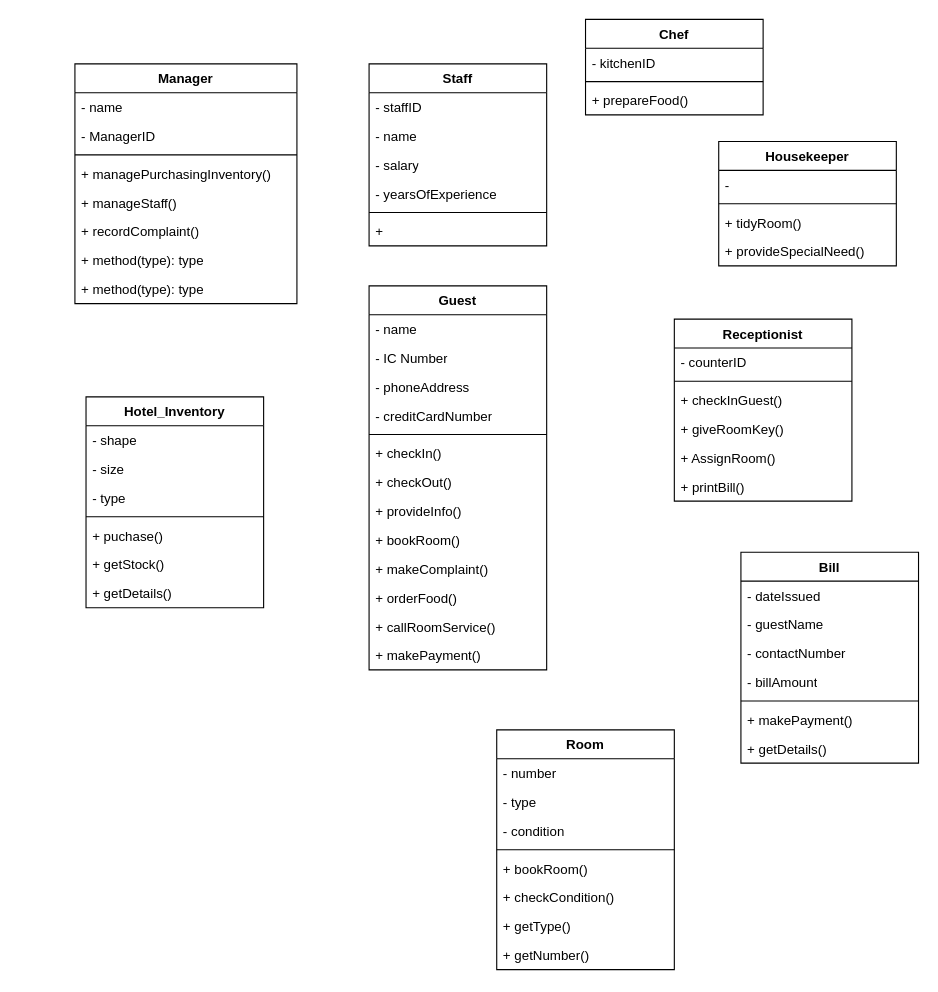
Before: tuto4q5wia2002.drawio in justn0thinghere/drawio, a draw.io diagram. Source tidied: cells renumbered, new cells numbered last; positions are measured from the earlier drawing's top-left corner, leaving out a move shared by most shapes. Both pictures are drawn from the tidied source at 111%, with x=0, y=0 at pixel (74, 19).
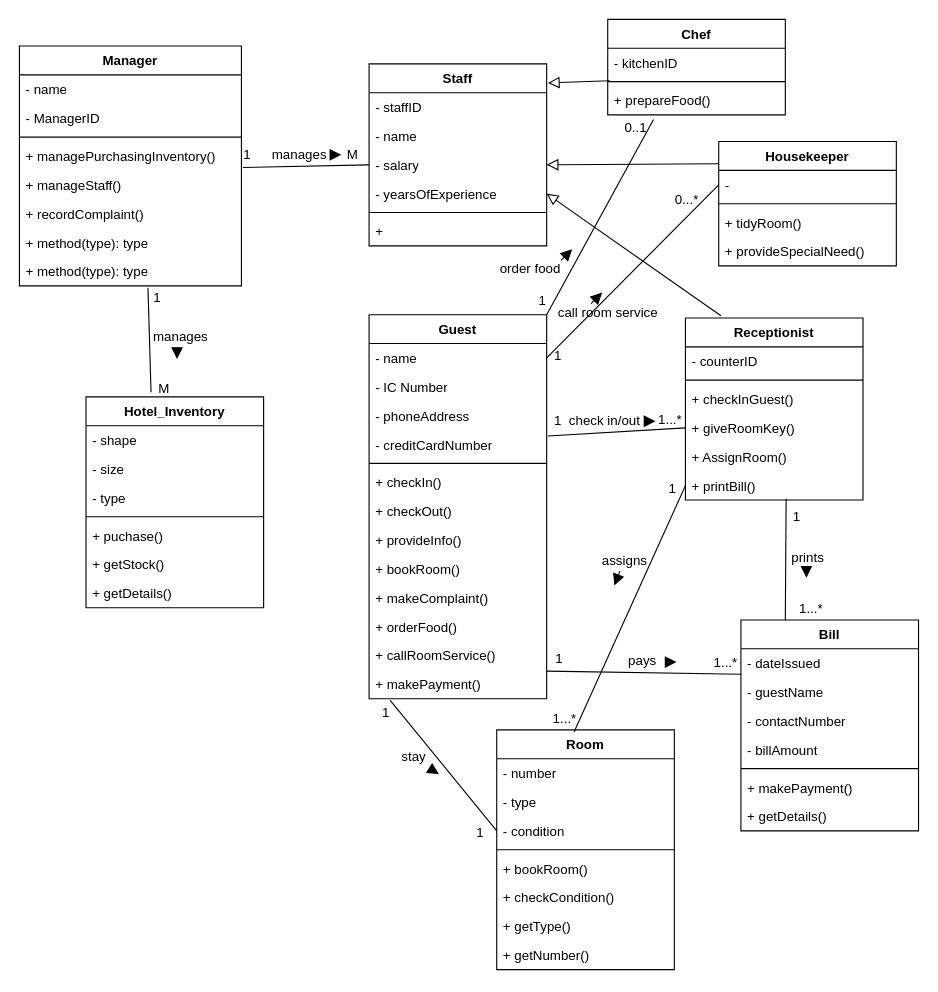
Above is the later version.

Unchanged cells that the change refers to:
```xml
<mxCell id="7" value="+ manageStaff()" style="text;strokeColor=none;fillColor=none;align=left;verticalAlign=top;spacingLeft=4;spacingRight=4;overflow=hidden;points=[[0,0.5],[1,0.5]];portConstraint=eastwest;whiteSpace=wrap;html=1;" parent="2" vertex="1">
  <mxGeometry y="112" width="200" height="26" as="geometry" />
</mxCell>
<mxCell id="10" value="+ method(type): type" style="text;strokeColor=none;fillColor=none;align=left;verticalAlign=top;spacingLeft=4;spacingRight=4;overflow=hidden;points=[[0,0.5],[1,0.5]];portConstraint=eastwest;whiteSpace=wrap;html=1;" parent="2" vertex="1">
  <mxGeometry y="190" width="200" height="26" as="geometry" />
</mxCell>
<mxCell id="11" value="Hotel_Inventory" style="swimlane;fontStyle=1;align=center;verticalAlign=top;horizontal=1;startSize=26;whiteSpace=wrap;html=1;" parent="1" vertex="1">
  <mxGeometry x="10" y="340" width="160" height="190" as="geometry" />
</mxCell>
<mxCell id="19" value="Staff" style="swimlane;fontStyle=1;align=center;verticalAlign=top;horizontal=1;startSize=26;whiteSpace=wrap;html=1;" parent="1" vertex="1">
  <mxGeometry x="265" y="40" width="160" height="164" as="geometry" />
</mxCell>
<mxCell id="22" value="- salary" style="text;strokeColor=none;fillColor=none;align=left;verticalAlign=top;spacingLeft=4;spacingRight=4;overflow=hidden;points=[[0,0.5],[1,0.5]];portConstraint=eastwest;whiteSpace=wrap;html=1;" parent="19" vertex="1">
  <mxGeometry y="78" width="160" height="26" as="geometry" />
</mxCell>
<mxCell id="23" value="- yearsOfExperience" style="text;strokeColor=none;fillColor=none;align=left;verticalAlign=top;spacingLeft=4;spacingRight=4;overflow=hidden;points=[[0,0.5],[1,0.5]];portConstraint=eastwest;whiteSpace=wrap;html=1;" parent="19" vertex="1">
  <mxGeometry y="104" width="160" height="26" as="geometry" />
</mxCell>
<mxCell id="30" value="+ giveRoomKey()" style="text;strokeColor=none;fillColor=none;align=left;verticalAlign=top;spacingLeft=4;spacingRight=4;overflow=hidden;points=[[0,0.5],[1,0.5]];portConstraint=eastwest;whiteSpace=wrap;html=1;" parent="26" vertex="1">
  <mxGeometry y="86" width="160" height="26" as="geometry" />
</mxCell>
<mxCell id="32" value="+ printBill()" style="text;strokeColor=none;fillColor=none;align=left;verticalAlign=top;spacingLeft=4;spacingRight=4;overflow=hidden;points=[[0,0.5],[1,0.5]];portConstraint=eastwest;whiteSpace=wrap;html=1;" parent="26" vertex="1">
  <mxGeometry y="138" width="160" height="26" as="geometry" />
</mxCell>
<mxCell id="35" style="line;strokeWidth=1;fillColor=none;align=left;verticalAlign=middle;spacingTop=-1;spacingLeft=3;spacingRight=3;labelPosition=right;points=[];portConstraint=eastwest;strokeColor=inherit;" parent="33" vertex="1">
  <mxGeometry y="52" width="160" height="8" as="geometry" />
</mxCell>
<mxCell id="36" value="+ prepareFood()" style="text;strokeColor=none;fillColor=none;align=left;verticalAlign=top;spacingLeft=4;spacingRight=4;overflow=hidden;points=[[0,0.5],[1,0.5]];portConstraint=eastwest;whiteSpace=wrap;html=1;" parent="33" vertex="1">
  <mxGeometry y="60" width="160" height="26" as="geometry" />
</mxCell>
<mxCell id="38" value="- name" style="text;strokeColor=none;fillColor=none;align=left;verticalAlign=top;spacingLeft=4;spacingRight=4;overflow=hidden;points=[[0,0.5],[1,0.5]];portConstraint=eastwest;whiteSpace=wrap;html=1;" parent="37" vertex="1">
  <mxGeometry y="26" width="160" height="26" as="geometry" />
</mxCell>
<mxCell id="49" value="+ callRoomService()" style="text;strokeColor=none;fillColor=none;align=left;verticalAlign=top;spacingLeft=4;spacingRight=4;overflow=hidden;points=[[0,0.5],[1,0.5]];portConstraint=eastwest;whiteSpace=wrap;html=1;" parent="37" vertex="1">
  <mxGeometry y="294" width="160" height="26" as="geometry" />
</mxCell>
<mxCell id="50" value="+ makePayment()" style="text;strokeColor=none;fillColor=none;align=left;verticalAlign=top;spacingLeft=4;spacingRight=4;overflow=hidden;points=[[0,0.5],[1,0.5]];portConstraint=eastwest;whiteSpace=wrap;html=1;" parent="37" vertex="1">
  <mxGeometry y="320" width="160" height="26" as="geometry" />
</mxCell>
<mxCell id="51" value="Housekeeper" style="swimlane;fontStyle=1;align=center;verticalAlign=top;horizontal=1;startSize=26;whiteSpace=wrap;html=1;" parent="1" vertex="1">
  <mxGeometry x="580" y="110" width="160" height="112" as="geometry" />
</mxCell>
<mxCell id="52" value="-&amp;nbsp;" style="text;strokeColor=none;fillColor=none;align=left;verticalAlign=top;spacingLeft=4;spacingRight=4;overflow=hidden;points=[[0,0.5],[1,0.5]];portConstraint=eastwest;whiteSpace=wrap;html=1;" parent="51" vertex="1">
  <mxGeometry y="26" width="160" height="26" as="geometry" />
</mxCell>
<mxCell id="57" value="- dateIssued" style="text;strokeColor=none;fillColor=none;align=left;verticalAlign=top;spacingLeft=4;spacingRight=4;overflow=hidden;points=[[0,0.5],[1,0.5]];portConstraint=eastwest;whiteSpace=wrap;html=1;" parent="56" vertex="1">
  <mxGeometry y="26" width="160" height="26" as="geometry" />
</mxCell>
<mxCell id="64" value="Room" style="swimlane;fontStyle=1;align=center;verticalAlign=top;horizontal=1;startSize=26;whiteSpace=wrap;html=1;" parent="1" vertex="1">
  <mxGeometry x="380" y="640" width="160" height="216" as="geometry" />
</mxCell>
<mxCell id="67" value="- condition" style="text;strokeColor=none;fillColor=none;align=left;verticalAlign=top;spacingLeft=4;spacingRight=4;overflow=hidden;points=[[0,0.5],[1,0.5]];portConstraint=eastwest;whiteSpace=wrap;html=1;" parent="64" vertex="1">
  <mxGeometry y="78" width="160" height="26" as="geometry" />
</mxCell>
```

The edit, as a diff of the source:
```diff
@@
     <mxCell id="2" value="Manager" style="swimlane;fontStyle=1;align=center;verticalAlign=top;horizontal=1;startSize=26;whiteSpace=wrap;html=1;" parent="1" vertex="1">
-      <mxGeometry y="40" width="200" height="216" as="geometry" />
+      <mxGeometry x="-50" y="24" width="200" height="216" as="geometry" />
     </mxCell>
@@
     <mxCell id="26" value="Receptionist" style="swimlane;fontStyle=1;align=center;verticalAlign=top;horizontal=1;startSize=26;whiteSpace=wrap;html=1;" parent="1" vertex="1">
-      <mxGeometry x="540" y="270" width="160" height="164" as="geometry" />
+      <mxGeometry x="550" y="269" width="160" height="164" as="geometry" />
     </mxCell>
@@
     <mxCell id="33" value="Chef" style="swimlane;fontStyle=1;align=center;verticalAlign=top;horizontal=1;startSize=26;whiteSpace=wrap;html=1;" parent="1" vertex="1">
-      <mxGeometry x="460" width="160" height="86" as="geometry" />
+      <mxGeometry x="480" width="160" height="86" as="geometry" />
     </mxCell>
@@
     <mxCell id="37" value="Guest" style="swimlane;fontStyle=1;align=center;verticalAlign=top;horizontal=1;startSize=26;whiteSpace=wrap;html=1;" parent="1" vertex="1">
-      <mxGeometry x="265" y="240" width="160" height="346" as="geometry" />
+      <mxGeometry x="265" y="266" width="160" height="346" as="geometry" />
     </mxCell>
@@
     <mxCell id="56" value="Bill" style="swimlane;fontStyle=1;align=center;verticalAlign=top;horizontal=1;startSize=26;whiteSpace=wrap;html=1;" parent="1" vertex="1">
-      <mxGeometry x="600" y="480" width="160" height="190" as="geometry" />
+      <mxGeometry x="600" y="541" width="160" height="190" as="geometry" />
     </mxCell>
@@
+    <mxCell id="73" style="endArrow=none;html=1;rounded=0;exitX=1.007;exitY=-0.1;exitDx=0;exitDy=0;exitPerimeter=0;entryX=0;entryY=0.5;entryDx=0;entryDy=0;" parent="1" edge="1" source="7" target="22">
+      <mxGeometry relative="1" as="geometry" />
+    </mxCell>
+    <mxCell id="74" value="manages" style="text;html=1;align=center;verticalAlign=middle;strokeColor=none;fillColor=none;" parent="1" vertex="1">
+      <mxGeometry x="167" y="107" width="70" height="30" as="geometry" />
+    </mxCell>
+    <mxCell id="75" value="1" style="text;html=1;align=center;verticalAlign=middle;strokeColor=none;fillColor=none;" parent="1" vertex="1">
+      <mxGeometry x="140" y="107" width="30" height="30" as="geometry" />
+    </mxCell>
+    <mxCell id="76" value="M" style="text;html=1;align=center;verticalAlign=middle;strokeColor=none;fillColor=none;" parent="1" vertex="1">
+      <mxGeometry x="235" y="107" width="30" height="30" as="geometry" />
+    </mxCell>
+    <mxCell id="77" style="endArrow=block;html=1;rounded=0;endFill=1;endSize=8;" parent="1" edge="1">
+      <mxGeometry relative="1" as="geometry">
+        <mxPoint x="230" y="122" as="sourcePoint" />
+        <mxPoint x="240" y="122" as="targetPoint" />
+      </mxGeometry>
+    </mxCell>
+    <mxCell id="78" style="endArrow=block;html=1;rounded=0;exitX=0.011;exitY=0.412;exitDx=0;exitDy=0;exitPerimeter=0;entryX=1.007;entryY=0.105;entryDx=0;entryDy=0;entryPerimeter=0;endFill=0;endSize=8;" parent="1" edge="1" source="35" target="19">
+      <mxGeometry relative="1" as="geometry" />
+    </mxCell>
+    <mxCell id="79" style="endArrow=block;html=1;rounded=0;exitX=0;exitY=0.179;exitDx=0;exitDy=0;exitPerimeter=0;entryX=1;entryY=0.5;entryDx=0;entryDy=0;endFill=0;endSize=8;" parent="1" edge="1" source="51" target="22">
+      <mxGeometry relative="1" as="geometry" />
+    </mxCell>
+    <mxCell id="80" style="endArrow=block;html=1;rounded=0;exitX=0.2;exitY=-0.012;exitDx=0;exitDy=0;exitPerimeter=0;entryX=1;entryY=0.5;entryDx=0;entryDy=0;endFill=0;endSize=8;" parent="1" edge="1" source="26" target="23">
+      <mxGeometry relative="1" as="geometry" />
+    </mxCell>
+    <mxCell id="81" style="endArrow=none;html=1;rounded=0;entryX=0.579;entryY=1.063;entryDx=0;entryDy=0;entryPerimeter=0;exitX=0.366;exitY=-0.022;exitDx=0;exitDy=0;exitPerimeter=0;" parent="1" edge="1" source="11" target="10">
+      <mxGeometry relative="1" as="geometry" />
+    </mxCell>
+    <mxCell id="82" value="manages" style="text;html=1;align=center;verticalAlign=middle;strokeColor=none;fillColor=none;" parent="1" vertex="1">
+      <mxGeometry x="60" y="271" width="70" height="30" as="geometry" />
+    </mxCell>
+    <mxCell id="83" value="1" style="text;html=1;align=center;verticalAlign=middle;strokeColor=none;fillColor=none;" parent="1" vertex="1">
+      <mxGeometry x="59" y="236" width="30" height="30" as="geometry" />
+    </mxCell>
+    <mxCell id="84" value="M" style="text;html=1;align=center;verticalAlign=middle;strokeColor=none;fillColor=none;" parent="1" vertex="1">
+      <mxGeometry x="65" y="318" width="30" height="30" as="geometry" />
+    </mxCell>
+    <mxCell id="85" style="endArrow=block;html=1;rounded=0;endFill=1;endSize=8;" parent="1" edge="1">
+      <mxGeometry relative="1" as="geometry">
+        <mxPoint x="92" y="300" as="sourcePoint" />
+        <mxPoint x="92" y="306" as="targetPoint" />
+      </mxGeometry>
+    </mxCell>
+    <mxCell id="86" style="endArrow=none;html=1;rounded=0;entryX=0.258;entryY=1.158;entryDx=0;entryDy=0;entryPerimeter=0;exitX=1;exitY=0;exitDx=0;exitDy=0;" parent="1" edge="1" source="37" target="36">
+      <mxGeometry relative="1" as="geometry" />
+    </mxCell>
+    <mxCell id="87" value="order food" style="text;html=1;align=center;verticalAlign=middle;strokeColor=none;fillColor=none;" parent="1" vertex="1">
+      <mxGeometry x="370" y="210" width="80" height="30" as="geometry" />
+    </mxCell>
+    <mxCell id="88" style="endArrow=block;html=1;rounded=0;endFill=1;endSize=8;" parent="1" edge="1">
+      <mxGeometry relative="1" as="geometry">
+        <mxPoint x="438" y="217" as="sourcePoint" />
+        <mxPoint x="448" y="207" as="targetPoint" />
+      </mxGeometry>
+    </mxCell>
+    <mxCell id="89" value="1" style="text;html=1;align=center;verticalAlign=middle;strokeColor=none;fillColor=none;" parent="1" vertex="1">
+      <mxGeometry x="406" y="239" width="30" height="30" as="geometry" />
+    </mxCell>
+    <mxCell id="90" value="0..1" style="text;html=1;align=center;verticalAlign=middle;strokeColor=none;fillColor=none;" parent="1" vertex="1">
+      <mxGeometry x="485" y="83" width="40" height="30" as="geometry" />
+    </mxCell>
+    <mxCell id="91" style="endArrow=none;html=1;rounded=0;entryX=0;entryY=0.5;entryDx=0;entryDy=0;exitX=1;exitY=0.5;exitDx=0;exitDy=0;" parent="1" edge="1" source="38" target="52">
+      <mxGeometry relative="1" as="geometry" />
+    </mxCell>
+    <mxCell id="92" value="call room service" style="text;html=1;align=center;verticalAlign=middle;strokeColor=none;fillColor=none;" parent="1" vertex="1">
+      <mxGeometry x="425" y="250" width="110" height="30" as="geometry" />
+    </mxCell>
+    <mxCell id="93" style="endArrow=block;html=1;rounded=0;endFill=1;endSize=8;" parent="1" edge="1">
+      <mxGeometry relative="1" as="geometry">
+        <mxPoint x="465" y="256" as="sourcePoint" />
+        <mxPoint x="475" y="246" as="targetPoint" />
+      </mxGeometry>
+    </mxCell>
+    <mxCell id="94" value="1" style="text;html=1;align=center;verticalAlign=middle;strokeColor=none;fillColor=none;" parent="1" vertex="1">
+      <mxGeometry x="420" y="288" width="30" height="30" as="geometry" />
+    </mxCell>
+    <mxCell id="95" value="0...*" style="text;html=1;align=center;verticalAlign=middle;strokeColor=none;fillColor=none;" parent="1" vertex="1">
+      <mxGeometry x="531" y="148" width="40" height="30" as="geometry" />
+    </mxCell>
+    <mxCell id="96" style="endArrow=none;html=1;rounded=0;exitX=1.007;exitY=0.167;exitDx=0;exitDy=0;exitPerimeter=0;entryX=0;entryY=0.5;entryDx=0;entryDy=0;" parent="1" edge="1" target="30">
+      <mxGeometry relative="1" as="geometry">
+        <mxPoint x="426.1" y="375.3" as="sourcePoint" />
+      </mxGeometry>
+    </mxCell>
+    <mxCell id="97" value="check in/out" style="text;html=1;align=center;verticalAlign=middle;strokeColor=none;fillColor=none;" parent="1" vertex="1">
+      <mxGeometry x="432" y="347" width="90" height="30" as="geometry" />
+    </mxCell>
+    <mxCell id="98" style="endArrow=block;html=1;rounded=0;endFill=1;endSize=8;" parent="1" edge="1">
+      <mxGeometry relative="1" as="geometry">
+        <mxPoint x="513" y="362" as="sourcePoint" />
+        <mxPoint x="523" y="362" as="targetPoint" />
+      </mxGeometry>
+    </mxCell>
+    <mxCell id="99" style="endArrow=block;html=1;rounded=0;endFill=1;endSize=8;" parent="1" edge="1">
+      <mxGeometry relative="1" as="geometry">
+        <mxPoint x="491" y="497" as="sourcePoint" />
+        <mxPoint x="486" y="510" as="targetPoint" />
+      </mxGeometry>
+    </mxCell>
+    <mxCell id="100" value="1" style="text;html=1;align=center;verticalAlign=middle;strokeColor=none;fillColor=none;" parent="1" vertex="1">
+      <mxGeometry x="420" y="347" width="30" height="30" as="geometry" />
+    </mxCell>
+    <mxCell id="101" value="1...*" style="text;html=1;align=center;verticalAlign=middle;strokeColor=none;fillColor=none;" parent="1" vertex="1">
+      <mxGeometry x="516" y="346" width="40" height="30" as="geometry" />
+    </mxCell>
+    <mxCell id="102" style="endArrow=none;html=1;rounded=0;entryX=0.119;entryY=1.054;entryDx=0;entryDy=0;entryPerimeter=0;exitX=0;exitY=0.5;exitDx=0;exitDy=0;" parent="1" edge="1" source="67" target="50">
+      <mxGeometry relative="1" as="geometry" />
+    </mxCell>
+    <mxCell id="103" value="stay" style="text;html=1;align=center;verticalAlign=middle;strokeColor=none;fillColor=none;" parent="1" vertex="1">
+      <mxGeometry x="280" y="650" width="50" height="30" as="geometry" />
+    </mxCell>
+    <mxCell id="104" value="1" style="text;html=1;align=center;verticalAlign=middle;strokeColor=none;fillColor=none;" parent="1" vertex="1">
+      <mxGeometry x="265" y="610" width="30" height="30" as="geometry" />
+    </mxCell>
+    <mxCell id="105" value="1" style="text;html=1;align=center;verticalAlign=middle;strokeColor=none;fillColor=none;" parent="1" vertex="1">
+      <mxGeometry x="350" y="718" width="30" height="30" as="geometry" />
+    </mxCell>
+    <mxCell id="106" style="endArrow=block;html=1;rounded=0;endFill=1;endSize=8;" parent="1" edge="1">
+      <mxGeometry relative="1" as="geometry">
+        <mxPoint x="320" y="675" as="sourcePoint" />
+        <mxPoint x="328" y="680" as="targetPoint" />
+      </mxGeometry>
+    </mxCell>
+    <mxCell id="107" style="endArrow=none;html=1;rounded=0;entryX=0.567;entryY=0.952;entryDx=0;entryDy=0;entryPerimeter=0;exitX=0.25;exitY=0;exitDx=0;exitDy=0;" parent="1" edge="1" source="56" target="32">
+      <mxGeometry relative="1" as="geometry" />
+    </mxCell>
+    <mxCell id="108" value="prints" style="text;html=1;align=center;verticalAlign=middle;strokeColor=none;fillColor=none;" parent="1" vertex="1">
+      <mxGeometry x="635" y="470" width="50" height="30" as="geometry" />
+    </mxCell>
+    <mxCell id="109" value="1" style="text;html=1;align=center;verticalAlign=middle;strokeColor=none;fillColor=none;" parent="1" vertex="1">
+      <mxGeometry x="635" y="433" width="30" height="30" as="geometry" />
+    </mxCell>
+    <mxCell id="110" value="1...*" style="text;html=1;align=center;verticalAlign=middle;strokeColor=none;fillColor=none;" parent="1" vertex="1">
+      <mxGeometry x="643" y="516" width="40" height="30" as="geometry" />
+    </mxCell>
+    <mxCell id="111" style="endArrow=block;html=1;rounded=0;endFill=1;endSize=8;" parent="1" edge="1">
+      <mxGeometry relative="1" as="geometry">
+        <mxPoint x="659" y="493" as="sourcePoint" />
+        <mxPoint x="659" y="503" as="targetPoint" />
+        <Array as="points">
+          <mxPoint x="659" y="493" />
+        </Array>
+      </mxGeometry>
+    </mxCell>
+    <mxCell id="112" style="endArrow=none;html=1;rounded=0;exitX=1.001;exitY=1.041;exitDx=0;exitDy=0;entryX=0.002;entryY=0.88;entryDx=0;entryDy=0;entryPerimeter=0;exitPerimeter=0;" parent="1" edge="1" source="49" target="57">
+      <mxGeometry relative="1" as="geometry" />
+    </mxCell>
+    <mxCell id="113" value="pays" style="text;html=1;align=center;verticalAlign=middle;strokeColor=none;fillColor=none;" parent="1" vertex="1">
+      <mxGeometry x="486" y="563" width="50" height="30" as="geometry" />
+    </mxCell>
+    <mxCell id="114" value="1" style="text;html=1;align=center;verticalAlign=middle;strokeColor=none;fillColor=none;" parent="1" vertex="1">
+      <mxGeometry x="421" y="561" width="30" height="30" as="geometry" />
+    </mxCell>
+    <mxCell id="115" value="1...*" style="text;html=1;align=center;verticalAlign=middle;strokeColor=none;fillColor=none;" parent="1" vertex="1">
+      <mxGeometry x="566" y="565" width="40" height="30" as="geometry" />
+    </mxCell>
+    <mxCell id="116" style="endArrow=block;html=1;rounded=0;endFill=1;endSize=8;" parent="1" edge="1">
+      <mxGeometry relative="1" as="geometry">
+        <mxPoint x="540" y="579" as="sourcePoint" />
+        <mxPoint x="542" y="579" as="targetPoint" />
+      </mxGeometry>
+    </mxCell>
+    <mxCell id="117" style="endArrow=none;html=1;rounded=0;entryX=0;entryY=0.5;entryDx=0;entryDy=0;exitX=0.436;exitY=0.008;exitDx=0;exitDy=0;exitPerimeter=0;" parent="1" edge="1" source="64" target="32">
+      <mxGeometry relative="1" as="geometry" />
+    </mxCell>
+    <mxCell id="118" value="assigns" style="text;html=1;align=center;verticalAlign=middle;strokeColor=none;fillColor=none;" parent="1" vertex="1">
+      <mxGeometry x="465" y="473" width="60" height="30" as="geometry" />
+    </mxCell>
+    <mxCell id="119" value="1" style="text;html=1;align=center;verticalAlign=middle;strokeColor=none;fillColor=none;" parent="1" vertex="1">
+      <mxGeometry x="523" y="408" width="30" height="30" as="geometry" />
+    </mxCell>
+    <mxCell id="120" value="1...*" style="text;html=1;align=center;verticalAlign=middle;strokeColor=none;fillColor=none;" parent="1" vertex="1">
+      <mxGeometry x="421" y="615" width="40" height="30" as="geometry" />
+    </mxCell>
```
